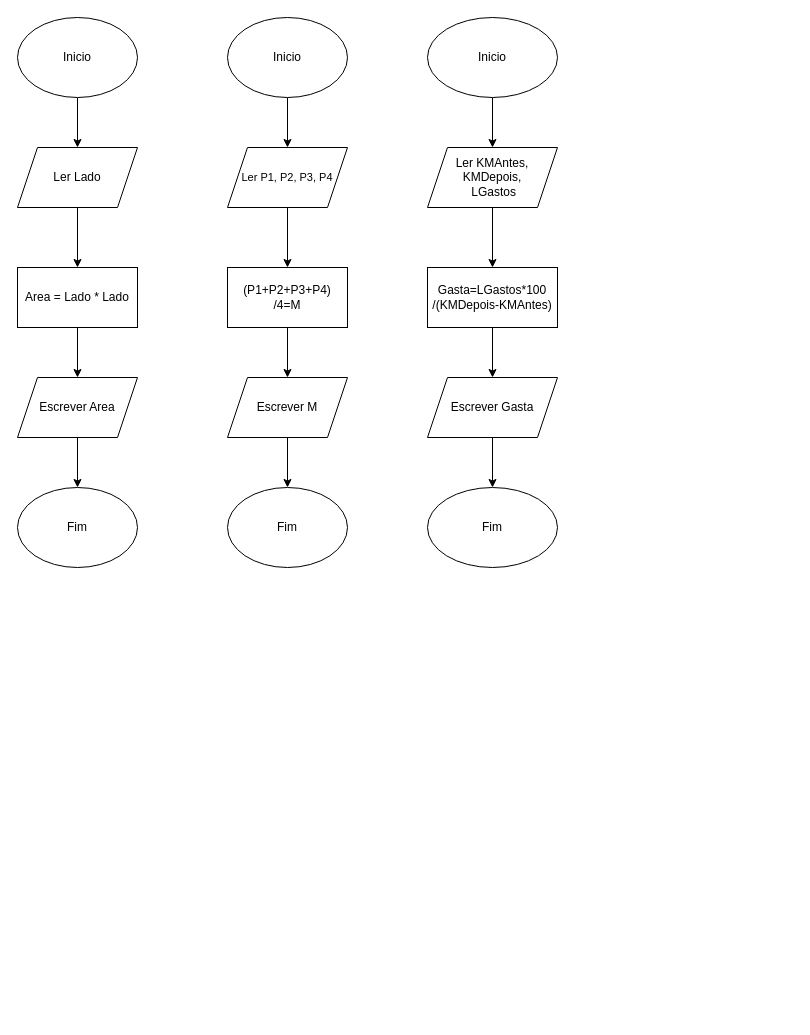
The draw.io diagram fluxogramas.drawio in pedrooomrqs/fluxograms, before the edit. Source tidied: cells renumbered, new cells numbered last; positions are measured from the earlier drawing's top-left corner, leaving out a move shared by most shapes. Both pictures are drawn from the tidied source at 100%, with x=0, y=0 at pixel (17, 17).
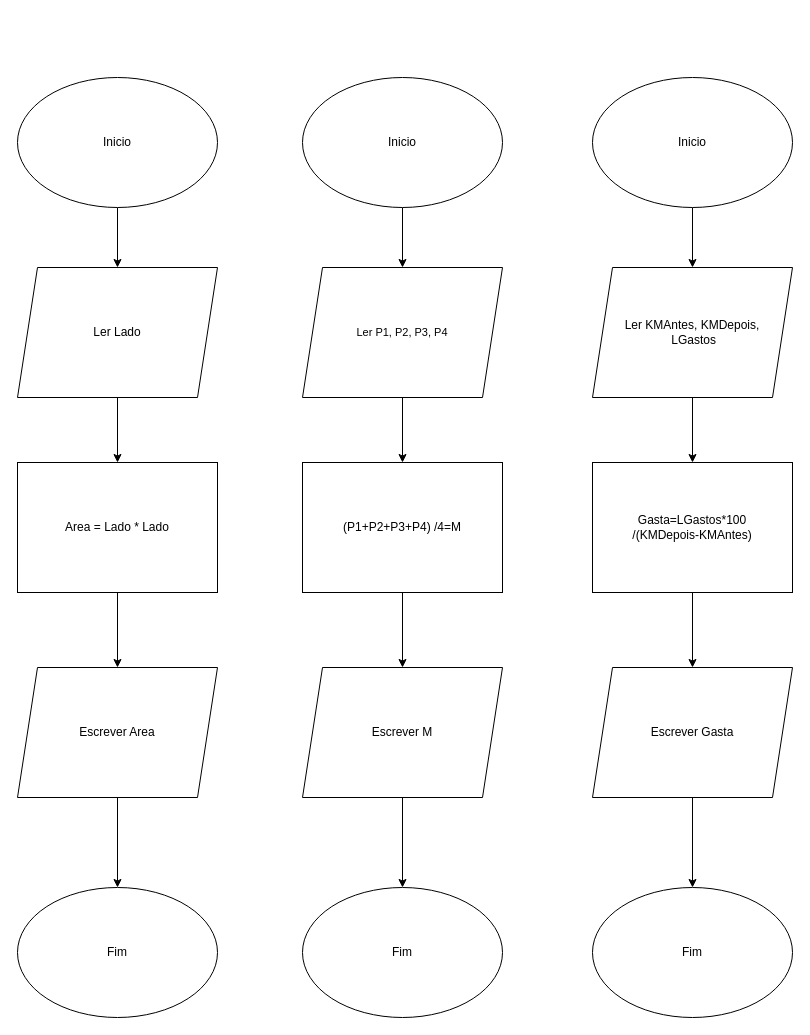
The same page after the edit.

The edit, as a diff of the source:
```diff
@@
     <mxCell id="3" value="Inicio" style="ellipse;whiteSpace=wrap;html=1;" parent="1" vertex="1">
-      <mxGeometry width="120" height="80" as="geometry" />
+      <mxGeometry y="60" width="200" height="130" as="geometry" />
     </mxCell>
@@
     <mxCell id="5" value="Ler Lado" style="shape=parallelogram;perimeter=parallelogramPerimeter;whiteSpace=wrap;html=1;fixedSize=1;" parent="1" vertex="1">
-      <mxGeometry y="130" width="120" height="60" as="geometry" />
+      <mxGeometry y="250" width="200" height="130" as="geometry" />
     </mxCell>
@@
     <mxCell id="7" value="Escrever Area" style="shape=parallelogram;perimeter=parallelogramPerimeter;whiteSpace=wrap;html=1;fixedSize=1;" parent="1" vertex="1">
-      <mxGeometry y="360" width="120" height="60" as="geometry" />
+      <mxGeometry y="650" width="200" height="130" as="geometry" />
     </mxCell>
@@
     <mxCell id="9" value="Area = Lado * Lado" style="rounded=0;whiteSpace=wrap;html=1;" parent="1" vertex="1">
-      <mxGeometry y="250" width="120" height="60" as="geometry" />
+      <mxGeometry y="445" width="200" height="130" as="geometry" />
     </mxCell>
     <mxCell id="10" value="Fim" style="ellipse;whiteSpace=wrap;html=1;" parent="1" vertex="1">
-      <mxGeometry y="470" width="120" height="80" as="geometry" />
+      <mxGeometry y="870" width="200" height="130" as="geometry" />
     </mxCell>
@@
     <mxCell id="12" value="Inicio" style="ellipse;whiteSpace=wrap;html=1;" parent="1" vertex="1">
-      <mxGeometry x="210" width="120" height="80" as="geometry" />
+      <mxGeometry x="285" y="60" width="200" height="130" as="geometry" />
     </mxCell>
@@
     <mxCell id="14" value="Inicio" style="ellipse;whiteSpace=wrap;html=1;" parent="1" vertex="1">
-      <mxGeometry x="410" width="130" height="80" as="geometry" />
+      <mxGeometry x="575" y="60" width="200" height="130" as="geometry" />
     </mxCell>
@@
     <mxCell id="16" value="&lt;font style=&quot;font-size: 11px;&quot;&gt;Ler P1, P2, P3, P4&lt;/font&gt;" style="shape=parallelogram;perimeter=parallelogramPerimeter;whiteSpace=wrap;html=1;fixedSize=1;" parent="1" vertex="1">
-      <mxGeometry x="210" y="130" width="120" height="60" as="geometry" />
+      <mxGeometry x="285" y="250" width="200" height="130" as="geometry" />
     </mxCell>
@@
     <mxCell id="18" value="(P1+P2+P3+P4) /4=M" style="rounded=0;whiteSpace=wrap;html=1;" parent="1" vertex="1">
-      <mxGeometry x="210" y="250" width="120" height="60" as="geometry" />
+      <mxGeometry x="285" y="445" width="200" height="130" as="geometry" />
     </mxCell>
-    <mxCell id="19" style="edgeStyle=orthogonalEdgeStyle;rounded=0;jettySize=auto;html=1;" parent="1" edge="1" source="20" target="21">
-      <mxGeometry relative="1" as="geometry" />
-    </mxCell>
+    <mxCell id="29" style="edgeStyle=orthogonalEdgeStyle;rounded=0;jettySize=auto;html=1;" parent="1" edge="1" source="20" target="31">
+      <mxGeometry relative="1" as="geometry" />
+    </mxCell>
     <mxCell id="20" value="Escrever M" style="shape=parallelogram;perimeter=parallelogramPerimeter;whiteSpace=wrap;html=1;fixedSize=1;" parent="1" vertex="1">
-      <mxGeometry x="210" y="360" width="120" height="60" as="geometry" />
+      <mxGeometry x="285" y="650" width="200" height="130" as="geometry" />
     </mxCell>
-    <mxCell id="21" value="Fim" style="ellipse;whiteSpace=wrap;html=1;" parent="1" vertex="1">
-      <mxGeometry x="210" y="470" width="120" height="80" as="geometry" />
-    </mxCell>
-    <mxCell id="22" value="Fim" style="ellipse;whiteSpace=wrap;html=1;" parent="1" vertex="1">
-      <mxGeometry x="410" y="470" width="130" height="80" as="geometry" />
-    </mxCell>
@@
     <mxCell id="24" value="Ler KMAntes, KMDepois,&lt;div&gt;&amp;nbsp;LGastos&lt;/div&gt;" style="shape=parallelogram;perimeter=parallelogramPerimeter;whiteSpace=wrap;html=1;fixedSize=1;" parent="1" vertex="1">
-      <mxGeometry x="410" y="130" width="130" height="60" as="geometry" />
+      <mxGeometry x="575" y="250" width="200" height="130" as="geometry" />
     </mxCell>
-    <mxCell id="25" style="edgeStyle=orthogonalEdgeStyle;rounded=0;jettySize=auto;html=1;" parent="1" edge="1" source="26" target="22">
-      <mxGeometry relative="1" as="geometry" />
-    </mxCell>
+    <mxCell id="30" style="edgeStyle=orthogonalEdgeStyle;rounded=0;jettySize=auto;html=1;" parent="1" edge="1" source="26" target="32">
+      <mxGeometry relative="1" as="geometry" />
+    </mxCell>
     <mxCell id="26" value="Escrever Gasta" style="shape=parallelogram;perimeter=parallelogramPerimeter;whiteSpace=wrap;html=1;fixedSize=1;" parent="1" vertex="1">
-      <mxGeometry x="410" y="360" width="130" height="60" as="geometry" />
+      <mxGeometry x="575" y="650" width="200" height="130" as="geometry" />
     </mxCell>
@@
     <mxCell id="28" value="Gasta=LGastos*100&lt;div&gt;&lt;span style=&quot;background-color: initial;&quot;&gt;/(KMDepois-KMAntes)&lt;/span&gt;&lt;/div&gt;" style="rounded=0;whiteSpace=wrap;html=1;" parent="1" vertex="1">
-      <mxGeometry x="410" y="250" width="130" height="60" as="geometry" />
+      <mxGeometry x="575" y="445" width="200" height="130" as="geometry" />
     </mxCell>
+    <mxCell id="31" value="Fim" style="ellipse;whiteSpace=wrap;html=1;" parent="1" vertex="1">
+      <mxGeometry x="285" y="870" width="200" height="130" as="geometry" />
+    </mxCell>
+    <mxCell id="32" value="Fim" style="ellipse;whiteSpace=wrap;html=1;" parent="1" vertex="1">
+      <mxGeometry x="575" y="870" width="200" height="130" as="geometry" />
+    </mxCell>
```
